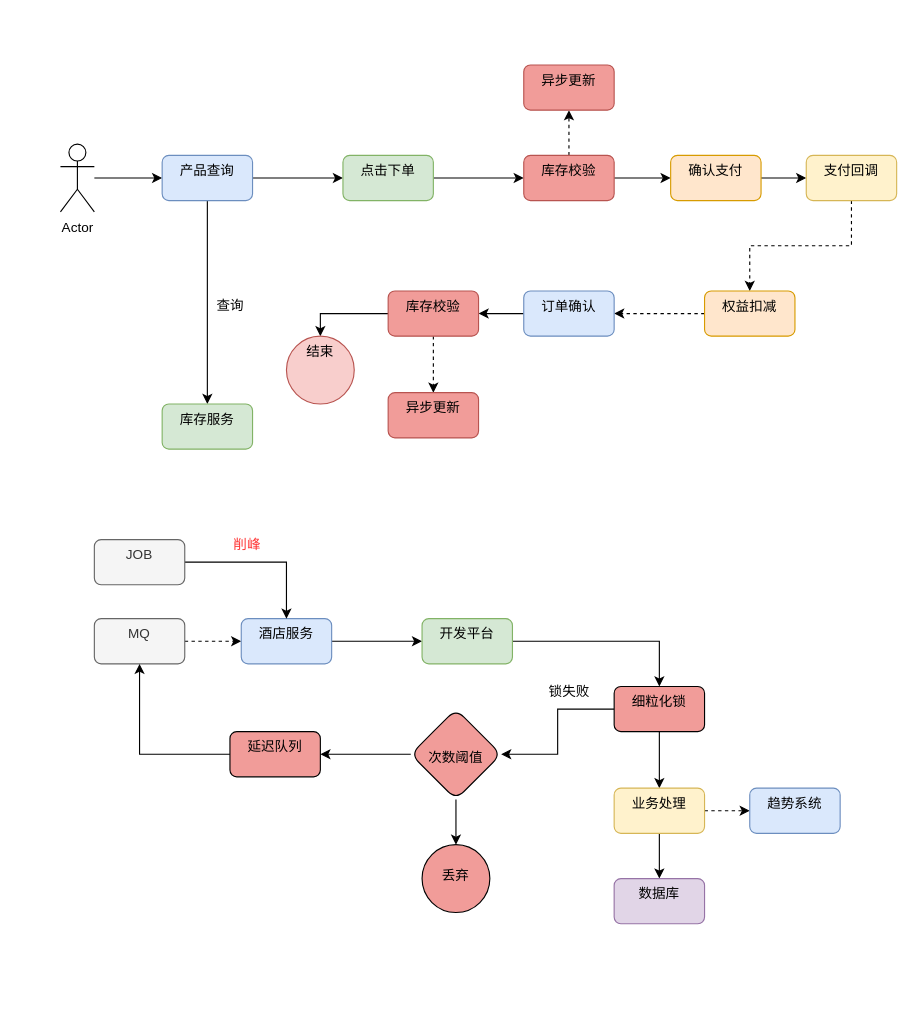
This is page "第 3 页" (3 of 8) of 晋升.drawio from VilaNan/tsxxx.github.io, a draw.io file, before an edit. Source tidied: cells renumbered, new cells numbered last; positions are measured from the earlier drawing's top-left corner, leaving out a move shared by most shapes. Both pictures are drawn from the tidied source at 113%, with x=0, y=0 at pixel (60, 64).
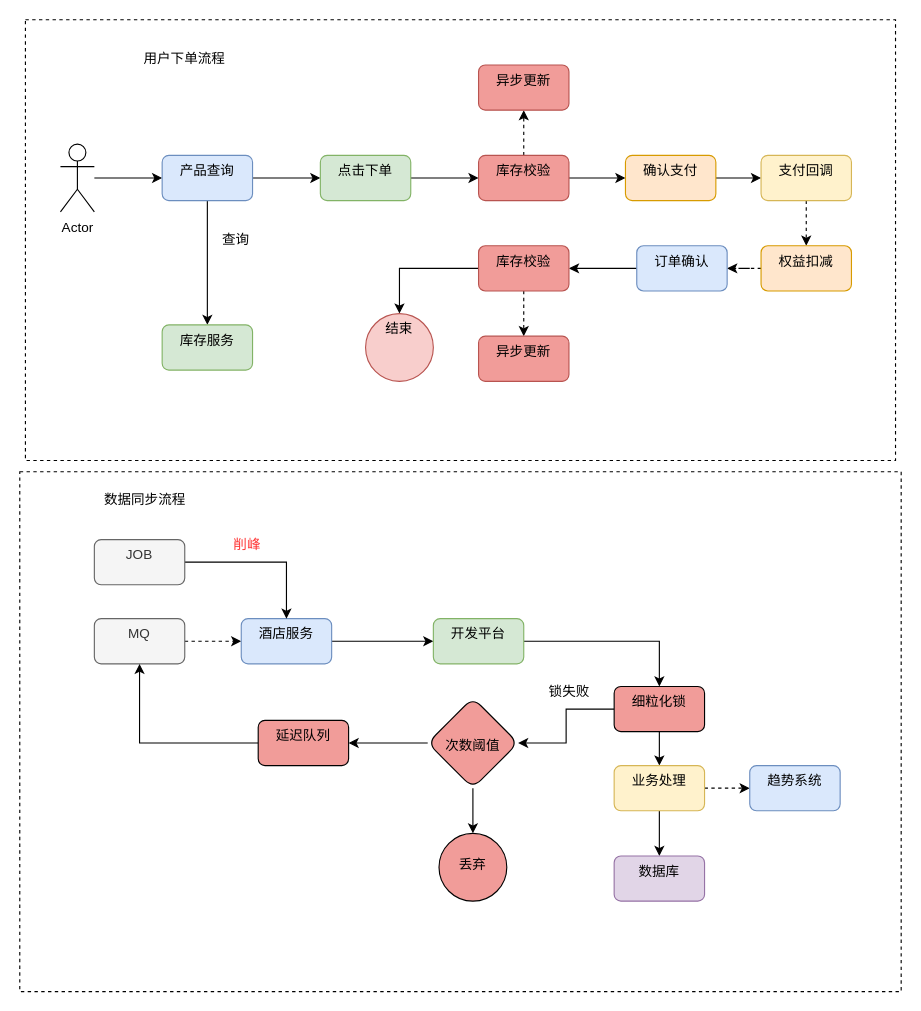
After the change.

Diff of the diagram source:
```diff
@@
     <mxCell id="8" value="点击下单" style="rounded=1;whiteSpace=wrap;html=1;verticalAlign=top;fillColor=#d5e8d4;strokeColor=#82b366;" parent="1" vertex="1">
-      <mxGeometry x="250" y="80" width="80" height="40" as="geometry" />
+      <mxGeometry x="230" y="80" width="80" height="40" as="geometry" />
     </mxCell>
@@
     <mxCell id="11" value="库存校验" style="rounded=1;whiteSpace=wrap;html=1;verticalAlign=top;fillColor=#F19C99;strokeColor=#b85450;" parent="1" vertex="1">
-      <mxGeometry x="410" y="80" width="80" height="40" as="geometry" />
+      <mxGeometry x="370" y="80" width="80" height="40" as="geometry" />
     </mxCell>
@@
     <mxCell id="14" value="确认支付" style="rounded=1;whiteSpace=wrap;html=1;verticalAlign=top;fillColor=#ffe6cc;strokeColor=#d79b00;" parent="1" vertex="1">
-      <mxGeometry x="540" y="80" width="80" height="40" as="geometry" />
+      <mxGeometry x="500" y="80" width="80" height="40" as="geometry" />
     </mxCell>
@@
     <mxCell id="16" value="权益扣减" style="rounded=1;whiteSpace=wrap;html=1;verticalAlign=top;fillColor=#ffe6cc;strokeColor=#d79b00;" parent="1" vertex="1">
-      <mxGeometry x="570" y="200" width="80" height="40" as="geometry" />
+      <mxGeometry x="620" y="160" width="80" height="40" as="geometry" />
     </mxCell>
@@
     <mxCell id="18" value="订单确认" style="rounded=1;whiteSpace=wrap;html=1;verticalAlign=top;fillColor=#dae8fc;strokeColor=#6c8ebf;" parent="1" vertex="1">
-      <mxGeometry x="410" y="200" width="80" height="40" as="geometry" />
+      <mxGeometry x="510" y="160" width="80" height="40" as="geometry" />
     </mxCell>
     <mxCell id="19" value="库存服务" style="rounded=1;whiteSpace=wrap;html=1;verticalAlign=top;fillColor=#d5e8d4;strokeColor=#82b366;" parent="1" vertex="1">
-      <mxGeometry x="90" y="300" width="80" height="40" as="geometry" />
+      <mxGeometry x="90" y="230" width="80" height="40" as="geometry" />
     </mxCell>
@@
     <mxCell id="24" value="查询" style="text;html=1;align=center;verticalAlign=middle;strokeColor=none;fillColor=none;" parent="1" vertex="1">
-      <mxGeometry x="125" y="198" width="50" height="30" as="geometry" />
+      <mxGeometry x="130" y="140" width="50" height="30" as="geometry" />
     </mxCell>
@@
     <mxCell id="26" value="开发平台" style="rounded=1;whiteSpace=wrap;html=1;verticalAlign=top;fillColor=#d5e8d4;strokeColor=#82b366;" parent="1" vertex="1">
-      <mxGeometry x="320" y="490" width="80" height="40" as="geometry" />
+      <mxGeometry x="330" y="490" width="80" height="40" as="geometry" />
     </mxCell>
     <mxCell id="27" value="支付回调" style="rounded=1;whiteSpace=wrap;html=1;verticalAlign=top;fillColor=#fff2cc;strokeColor=#d6b656;" parent="1" vertex="1">
-      <mxGeometry x="660" y="80" width="80" height="40" as="geometry" />
+      <mxGeometry x="620" y="80" width="80" height="40" as="geometry" />
     </mxCell>
@@
     <mxCell id="30" value="库存校验" style="rounded=1;whiteSpace=wrap;html=1;verticalAlign=top;fillColor=#F19C99;strokeColor=#b85450;" parent="1" vertex="1">
-      <mxGeometry x="290" y="200" width="80" height="40" as="geometry" />
+      <mxGeometry x="370" y="160" width="80" height="40" as="geometry" />
     </mxCell>
     <mxCell id="31" value="异步更新" style="rounded=1;whiteSpace=wrap;html=1;verticalAlign=top;fillColor=#F19C99;strokeColor=#b85450;" parent="1" vertex="1">
-      <mxGeometry x="290" y="290" width="80" height="40" as="geometry" />
+      <mxGeometry x="370" y="240" width="80" height="40" as="geometry" />
     </mxCell>
     <mxCell id="32" value="异步更新" style="rounded=1;whiteSpace=wrap;html=1;verticalAlign=top;fillColor=#F19C99;strokeColor=#b85450;" parent="1" vertex="1">
-      <mxGeometry x="410" width="80" height="40" as="geometry" />
+      <mxGeometry x="370" width="80" height="40" as="geometry" />
     </mxCell>
@@
     <mxCell id="41" value="业务处理" style="rounded=1;whiteSpace=wrap;html=1;verticalAlign=top;fillColor=#fff2cc;strokeColor=#d6b656;" parent="1" vertex="1">
-      <mxGeometry x="490" y="640" width="80" height="40" as="geometry" />
+      <mxGeometry x="490" y="620" width="80" height="40" as="geometry" />
     </mxCell>
     <mxCell id="42" value="数据库" style="rounded=1;whiteSpace=wrap;html=1;verticalAlign=top;fillColor=#e1d5e7;strokeColor=#9673a6;" parent="1" vertex="1">
-      <mxGeometry x="490" y="720" width="80" height="40" as="geometry" />
+      <mxGeometry x="490" y="700" width="80" height="40" as="geometry" />
     </mxCell>
@@
     <mxCell id="44" value="延迟队列" style="rounded=1;whiteSpace=wrap;html=1;verticalAlign=top;fillColor=#F19C99;" parent="1" vertex="1">
-      <mxGeometry x="150" y="590" width="80" height="40" as="geometry" />
+      <mxGeometry x="175" y="580" width="80" height="40" as="geometry" />
     </mxCell>
@@
     <mxCell id="48" value="&lt;div&gt;&lt;br&gt;&lt;/div&gt;&lt;div&gt;&lt;br&gt;&lt;/div&gt;&lt;div&gt;次数阈值&lt;/div&gt;&lt;div&gt;&lt;br&gt;&lt;/div&gt;" style="rhombus;whiteSpace=wrap;html=1;verticalAlign=top;rounded=1;fillColor=#F19C99;" parent="1" vertex="1">
-      <mxGeometry x="310" y="570" width="80" height="80" as="geometry" />
+      <mxGeometry x="325" y="560" width="80" height="80" as="geometry" />
     </mxCell>
     <mxCell id="49" value="&lt;div&gt;&lt;br&gt;&lt;/div&gt;&lt;div&gt;丢弃&lt;/div&gt;" style="ellipse;whiteSpace=wrap;html=1;verticalAlign=top;rounded=1;fillColor=#F19C99;" parent="1" vertex="1">
-      <mxGeometry x="320" y="690" width="60" height="60" as="geometry" />
+      <mxGeometry x="335" y="680" width="60" height="60" as="geometry" />
     </mxCell>
     <mxCell id="50" value="结束" style="ellipse;whiteSpace=wrap;html=1;verticalAlign=top;rounded=1;fillColor=#f8cecc;strokeColor=#b85450;" parent="1" vertex="1">
-      <mxGeometry x="200" y="240" width="60" height="60" as="geometry" />
+      <mxGeometry x="270" y="220" width="60" height="60" as="geometry" />
     </mxCell>
     <mxCell id="51" value="趋势系统" style="rounded=1;whiteSpace=wrap;html=1;verticalAlign=top;fillColor=#dae8fc;strokeColor=#6c8ebf;" parent="1" vertex="1">
-      <mxGeometry x="610" y="640" width="80" height="40" as="geometry" />
+      <mxGeometry x="610" y="620" width="80" height="40" as="geometry" />
     </mxCell>
+    <mxCell id="52" style="rounded=0;whiteSpace=wrap;html=1;fillColor=none;dashed=1;" parent="1" vertex="1">
+      <mxGeometry x="-36" y="360" width="780" height="460" as="geometry" />
+    </mxCell>
+    <mxCell id="53" style="rounded=0;whiteSpace=wrap;html=1;fillColor=none;dashed=1;" parent="1" vertex="1">
+      <mxGeometry x="-31" y="-40" width="770" height="390" as="geometry" />
+    </mxCell>
+    <mxCell id="54" value="用户下单流程" style="text;html=1;align=center;verticalAlign=middle;whiteSpace=wrap;rounded=0;" parent="1" vertex="1">
+      <mxGeometry x="50" y="-20" width="120" height="30" as="geometry" />
+    </mxCell>
+    <mxCell id="55" value="数据同步流程" style="text;html=1;align=center;verticalAlign=middle;whiteSpace=wrap;rounded=0;" parent="1" vertex="1">
+      <mxGeometry x="20" y="370" width="110" height="30" as="geometry" />
+    </mxCell>
```
